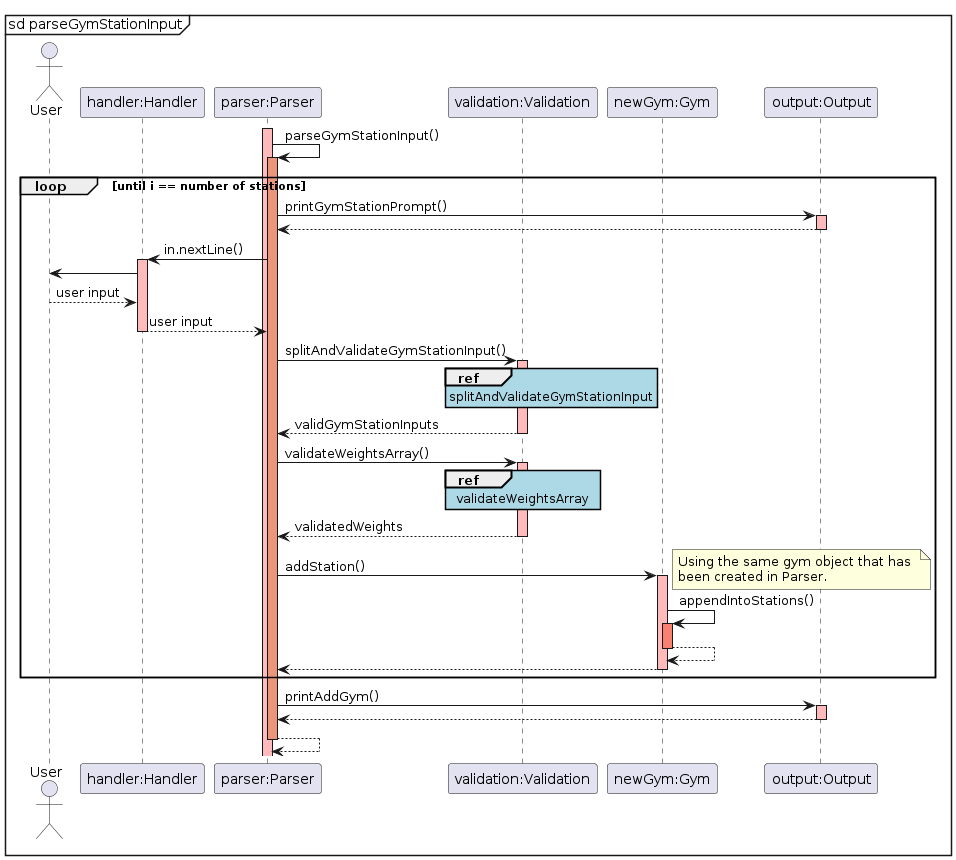
The PlantUML diagram docs/img/sequence_diagrams/gym_station_sequence_diagram.png in rouvinerh/tp, before a commit.
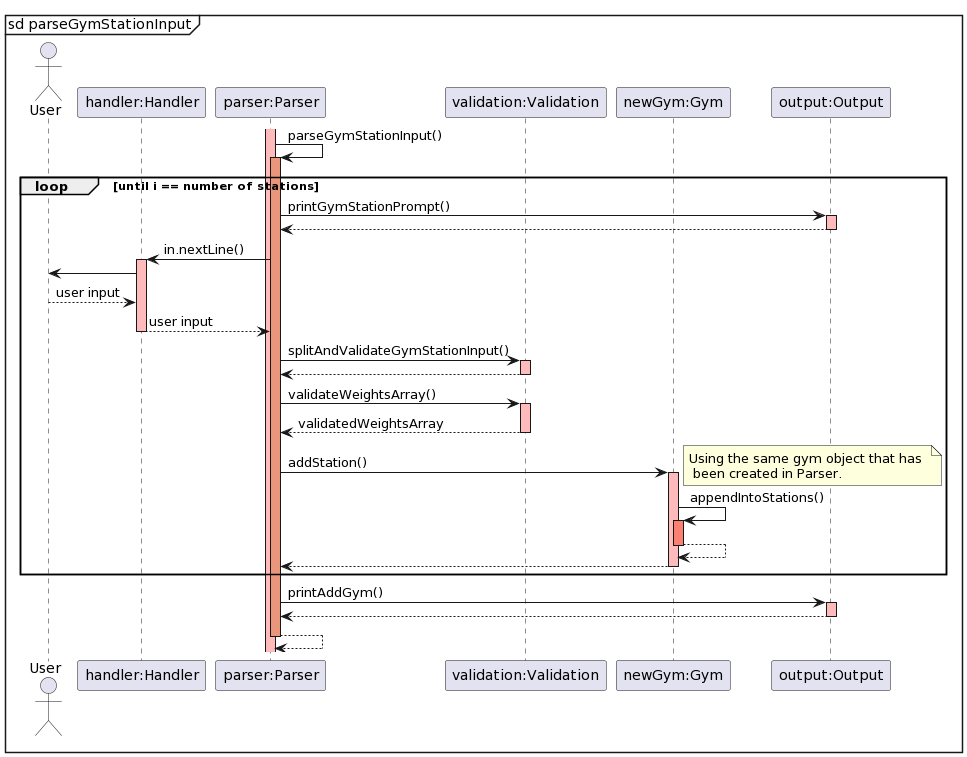
After the commit.

Change to the diagram source:
```diff
@@ -1,5 +1,4 @@
 @startuml
-skinparam sequenceReferenceBackgroundColor lightblue
 mainframe sd parseGymStationInput
 actor User
 participant "handler:Handler" as Handler
@@ -24,20 +23,16 @@
             Handler --> Parser: user input
             deactivate Handler #FFBBBB
             Parser -> Validation: splitAndValidateGymStationInput()
-            ref over Validation: splitAndValidateGymStationInput
             activate Validation #FFBBBB
-            Validation --> Parser: validGymStationInputs
-            deactivate Validation
+            Validation --> Parser:
 
             deactivate Validation #FFBBBB
             Parser -> Validation: validateWeightsArray()
-            ref over Validation: validateWeightsArray
             activate Validation #FFBBBB
-            Validation --> Parser: validatedWeights
-            deactivate Validation
+            Validation --> Parser: validatedWeightsArray
             deactivate Validation #FFBBBB
             Parser -> Gym: addStation()
-            note right : Using the same gym object that has \nbeen created in Parser.
+            note right : Using the same gym object that has \n been created in Parser.
             activate Gym #FFBBBB
             Gym -> Gym : appendIntoStations()
             activate Gym #Salmon
```
